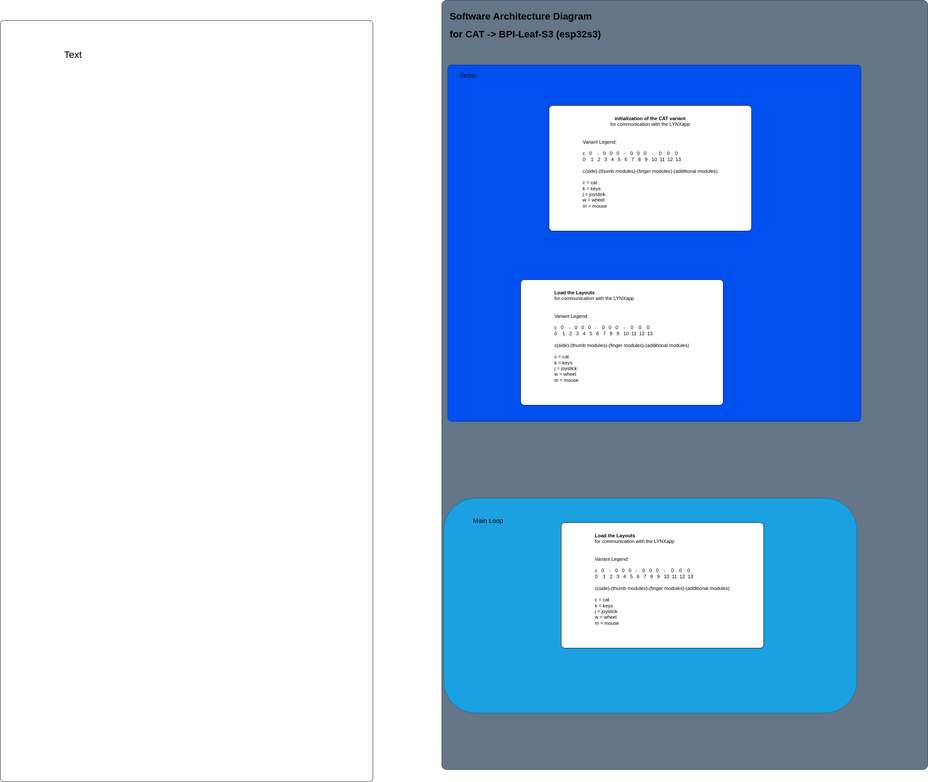
Above: images/SAD.svg in ApeDevil/dev-CAT (draw.io), before the change. Source tidied: cells renumbered, new cells last; positions are measured from the earlier drawing's top-left corner, leaving out a move shared by most shapes.
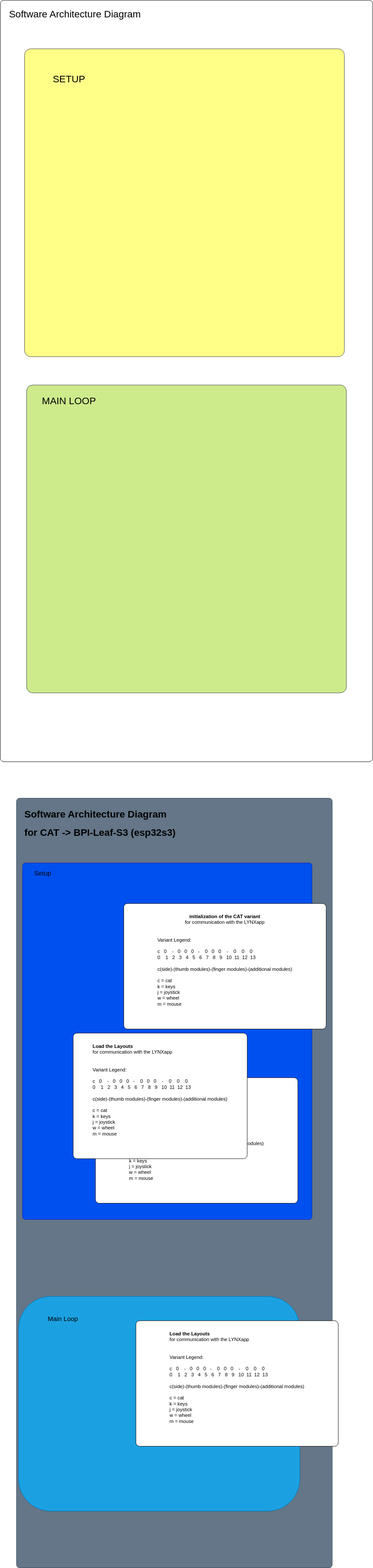
Above is the later version.

The edit, as a diff of the source:
```diff
@@ -3,13 +3,13 @@
     <mxCell id="0" />
     <mxCell id="1" parent="0" />
     <mxCell id="2" style="rounded=1;whiteSpace=wrap;html=1;arcSize=1;fillColor=#647687;fontColor=#ffffff;strokeColor=#314354;" parent="1" vertex="1">
-      <mxGeometry x="1090" width="1200" height="1900" as="geometry" />
+      <mxGeometry x="1090" width="780" height="1900" as="geometry" />
     </mxCell>
     <mxCell id="3" style="rounded=1;whiteSpace=wrap;html=1;fillColor=#1ba1e2;fontColor=#ffffff;strokeColor=#006EAF;" parent="1" vertex="1">
-      <mxGeometry x="1095" y="1230" width="1020" height="530" as="geometry" />
+      <mxGeometry x="1095" y="1230" width="695" height="530" as="geometry" />
     </mxCell>
     <mxCell id="4" style="rounded=1;whiteSpace=wrap;html=1;fillColor=#0050ef;fontColor=#ffffff;strokeColor=#001DBC;arcSize=1;" parent="1" vertex="1">
-      <mxGeometry x="1105" y="160" width="1020" height="880" as="geometry" />
+      <mxGeometry x="1105" y="160" width="715" height="880" as="geometry" />
     </mxCell>
     <mxCell id="5" value="&lt;h1&gt;Software Architecture Diagram&lt;/h1&gt;&lt;h1&gt;for CAT -&amp;gt; BPI-Leaf-S3 (esp32s3)&lt;/h1&gt;" style="text;html=1;spacing=5;spacingTop=-20;whiteSpace=wrap;overflow=hidden;rounded=0;" parent="1" vertex="1">
       <mxGeometry x="1105" y="20" width="530" height="90" as="geometry" />
@@ -30,10 +30,25 @@
       <mxGeometry x="1385" y="1290" width="500" height="310" as="geometry" />
     </mxCell>
     <mxCell id="11" style="rounded=1;whiteSpace=wrap;html=1;arcSize=1;" parent="1" vertex="1">
-      <mxGeometry y="50" width="920" height="1880" as="geometry" />
+      <mxGeometry x="1050" y="-1970" width="920" height="1880" as="geometry" />
     </mxCell>
-    <mxCell id="12" value="Text" style="text;html=1;strokeColor=none;fillColor=none;align=center;verticalAlign=middle;whiteSpace=wrap;rounded=0;fontSize=24;" parent="1" vertex="1">
-      <mxGeometry x="150" y="120" width="60" height="30" as="geometry" />
+    <mxCell id="12" value="&lt;div&gt;Software Architecture Diagram&lt;/div&gt;" style="text;html=1;strokeColor=none;fillColor=none;align=left;verticalAlign=middle;whiteSpace=wrap;rounded=0;fontSize=24;" parent="1" vertex="1">
+      <mxGeometry x="1070" y="-1950" width="570" height="30" as="geometry" />
     </mxCell>
+    <mxCell id="13" style="rounded=1;whiteSpace=wrap;html=1;fillColor=#ffff88;strokeColor=#36393d;arcSize=2;" parent="1" vertex="1">
+      <mxGeometry x="1110" y="-1850" width="790" height="760" as="geometry" />
+    </mxCell>
+    <mxCell id="14" style="rounded=1;whiteSpace=wrap;html=1;fillColor=#cdeb8b;strokeColor=#36393d;arcSize=2;" parent="1" vertex="1">
+      <mxGeometry x="1115" y="-1020" width="790" height="760" as="geometry" />
+    </mxCell>
+    <mxCell id="15" value="SETUP" style="text;html=1;strokeColor=none;fillColor=none;align=center;verticalAlign=middle;whiteSpace=wrap;rounded=0;fontSize=24;fontColor=#000000;" parent="1" vertex="1">
+      <mxGeometry x="1190" y="-1790" width="60" height="30" as="geometry" />
+    </mxCell>
+    <mxCell id="16" value="MAIN LOOP" style="text;html=1;strokeColor=none;fillColor=none;align=center;verticalAlign=middle;whiteSpace=wrap;rounded=0;fontSize=24;fontColor=#000000;" parent="1" vertex="1">
+      <mxGeometry x="1120" y="-1010" width="200" height="60" as="geometry" />
+    </mxCell>
+    <mxCell id="17" value="&lt;div style=&quot;text-align: left;&quot;&gt;&lt;span style=&quot;background-color: initial;&quot;&gt;&lt;b&gt;Load the Layouts&lt;/b&gt;&lt;/span&gt;&lt;/div&gt;&lt;div style=&quot;text-align: left;&quot;&gt;&lt;span style=&quot;background-color: initial;&quot;&gt;for communication with the LYNXapp&lt;/span&gt;&lt;br&gt;&lt;/div&gt;&lt;br&gt;&lt;span style=&quot;background-color: initial;&quot;&gt;&lt;br&gt;&lt;div style=&quot;text-align: left;&quot;&gt;&lt;span style=&quot;background-color: initial;&quot;&gt;Variant Legend:&lt;/span&gt;&lt;/div&gt;&lt;/span&gt;&lt;div style=&quot;text-align: left;&quot;&gt;&lt;div&gt;&lt;br&gt;&lt;/div&gt;&lt;div&gt;c&amp;nbsp; &amp;nbsp;0&amp;nbsp; &amp;nbsp; -&amp;nbsp; &amp;nbsp;0&amp;nbsp; &amp;nbsp;0&amp;nbsp; &amp;nbsp;0&amp;nbsp; &amp;nbsp;-&amp;nbsp; &amp;nbsp; 0&amp;nbsp; &amp;nbsp;0&amp;nbsp; &amp;nbsp;0&amp;nbsp; &amp;nbsp; -&amp;nbsp; &amp;nbsp; 0&amp;nbsp; &amp;nbsp; 0&amp;nbsp; &amp;nbsp; 0&lt;/div&gt;&lt;div&gt;0&amp;nbsp; &amp;nbsp; 1&amp;nbsp; &amp;nbsp;2&amp;nbsp; &amp;nbsp;3&amp;nbsp; &amp;nbsp;4&amp;nbsp; &amp;nbsp;5&amp;nbsp; &amp;nbsp;6&amp;nbsp; &amp;nbsp;7&amp;nbsp; &amp;nbsp;8&amp;nbsp; &amp;nbsp;9&amp;nbsp; &amp;nbsp;10&amp;nbsp; 11&amp;nbsp; 12&amp;nbsp; 13&lt;/div&gt;&lt;div&gt;&lt;br&gt;&lt;/div&gt;&lt;div&gt;c(side)-(thumb modules)-(finger modules)-(additional modules)&lt;/div&gt;&lt;div&gt;&lt;br&gt;&lt;/div&gt;&lt;div&gt;c = cat&lt;/div&gt;&lt;div&gt;k = keys&lt;/div&gt;&lt;div&gt;j = joystick&lt;/div&gt;&lt;div&gt;w = wheel&lt;/div&gt;&lt;div&gt;m = mouse&lt;/div&gt;&lt;div&gt;&lt;br&gt;&lt;/div&gt;&lt;div&gt;&lt;br&gt;&lt;/div&gt;&lt;/div&gt;" style="rounded=1;whiteSpace=wrap;html=1;arcSize=3;" parent="1" vertex="1">
+      <mxGeometry x="1230" y="580" width="430" height="310" as="geometry" />
+    </mxCell>
   </root>
 </mxGraphModel>
```
